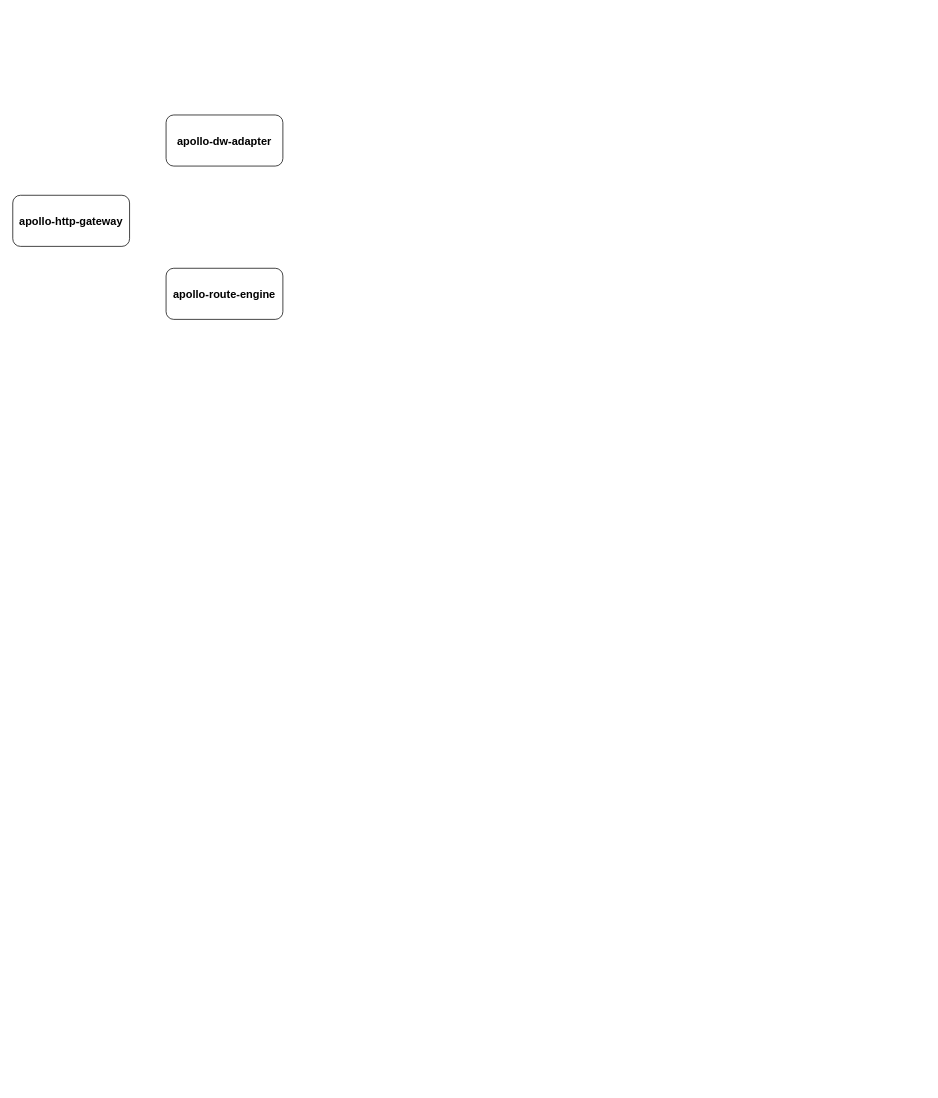
Above: map/apollo架构图.drawio in imperio-wxm/draw (draw.io), before the change. Source tidied: cells renumbered, new cells numbered last; positions are measured from the earlier drawing's top-left corner, leaving out a move shared by most shapes. Both pictures are drawn from the tidied source at 73%, with x=0, y=0 at pixel (12, 115).
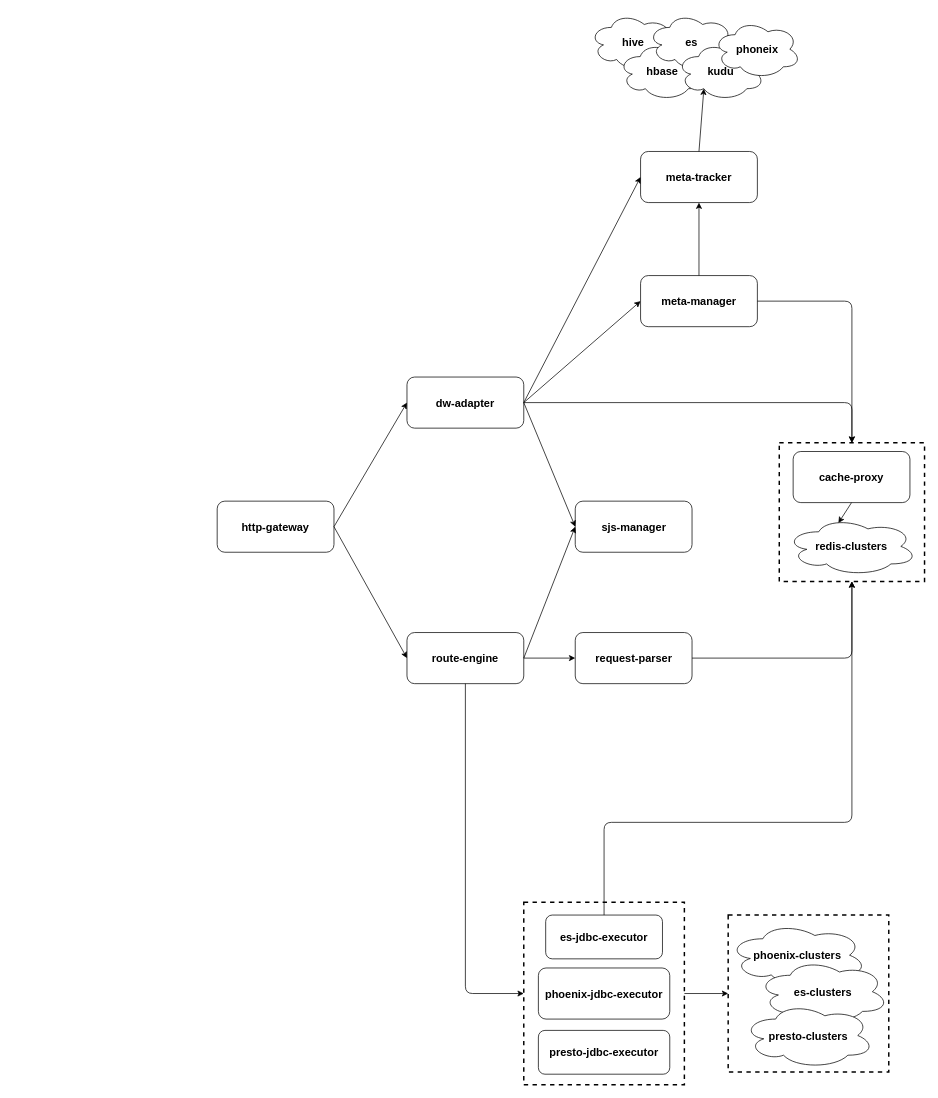
The same page after the edit.

Commit message (it also covers changes not shown here):
更新apollo架构图.drawio

The edit, as a diff of the source:
```diff
@@
-    <mxCell id="2" value="&lt;h3&gt;&lt;font style=&quot;font-size: 15px&quot;&gt;apollo-http-gateway&lt;/font&gt;&lt;/h3&gt;" style="rounded=1;whiteSpace=wrap;html=1;" parent="1" vertex="1">
-      <mxGeometry y="110" width="160" height="70" as="geometry" />
+    <mxCell id="2" value="&lt;h3&gt;&lt;font style=&quot;font-size: 15px&quot;&gt;http-gateway&lt;/font&gt;&lt;/h3&gt;" style="rounded=1;whiteSpace=wrap;html=1;" parent="1" vertex="1">
+      <mxGeometry x="280" y="529" width="160" height="70" as="geometry" />
     </mxCell>
-    <mxCell id="3" value="&lt;h3&gt;&lt;font style=&quot;font-size: 15px&quot;&gt;apollo-route-engine&lt;/font&gt;&lt;/h3&gt;" style="rounded=1;whiteSpace=wrap;html=1;" parent="1" vertex="1">
-      <mxGeometry x="210" y="210" width="160" height="70" as="geometry" />
+    <mxCell id="3" value="&lt;h3&gt;&lt;font style=&quot;font-size: 15px&quot;&gt;route-engine&lt;/font&gt;&lt;/h3&gt;" style="rounded=1;whiteSpace=wrap;html=1;" parent="1" vertex="1">
+      <mxGeometry x="540" y="709" width="160" height="70" as="geometry" />
     </mxCell>
-    <mxCell id="4" value="&lt;h3&gt;&lt;font style=&quot;font-size: 15px&quot;&gt;apollo-dw-adapter&lt;/font&gt;&lt;/h3&gt;" style="rounded=1;whiteSpace=wrap;html=1;" parent="1" vertex="1">
-      <mxGeometry x="210" width="160" height="70" as="geometry" />
+    <mxCell id="4" value="&lt;h3&gt;&lt;font style=&quot;font-size: 15px&quot;&gt;dw-adapter&lt;/font&gt;&lt;/h3&gt;" style="rounded=1;whiteSpace=wrap;html=1;" parent="1" vertex="1">
+      <mxGeometry x="540" y="359" width="160" height="70" as="geometry" />
     </mxCell>
+    <mxCell id="5" style="endArrow=classic;html=1;exitX=1;exitY=0.5;exitDx=0;exitDy=0;entryX=0;entryY=0.5;entryDx=0;entryDy=0;" parent="1" edge="1" source="2" target="4">
+      <mxGeometry relative="1" as="geometry" />
+    </mxCell>
+    <mxCell id="6" style="endArrow=classic;html=1;exitX=1;exitY=0.5;exitDx=0;exitDy=0;entryX=0;entryY=0.5;entryDx=0;entryDy=0;" parent="1" edge="1" source="2" target="3">
+      <mxGeometry relative="1" as="geometry" />
+    </mxCell>
+    <mxCell id="7" style="edgeStyle=elbowEdgeStyle;elbow=horizontal;endArrow=classic;html=1;exitX=0.5;exitY=1;exitDx=0;exitDy=0;" parent="1" edge="1" source="3" target="23">
+      <mxGeometry relative="1" as="geometry">
+        <Array as="points">
+          <mxPoint x="620" y="1019" />
+          <mxPoint x="620" y="914" />
+        </Array>
+      </mxGeometry>
+    </mxCell>
+    <mxCell id="8" style="group;" parent="1" vertex="1">
+      <mxGeometry x="980" y="1096" width="220" height="215" as="geometry" />
+    </mxCell>
+    <mxCell id="9" style="group;" parent="8" vertex="1">
+      <mxGeometry y="10" width="220" height="200" as="geometry" />
+    </mxCell>
+    <mxCell id="10" value="&lt;font style=&quot;font-size: 15px&quot;&gt;&lt;b&gt;phoenix-clusters&lt;/b&gt;&lt;/font&gt;" style="ellipse;shape=cloud;whiteSpace=wrap;html=1;strokeWidth=1;fillColor=none;" parent="9" vertex="1">
+      <mxGeometry width="190" height="90" as="geometry" />
+    </mxCell>
+    <mxCell id="11" value="&lt;font style=&quot;font-size: 15px&quot;&gt;&lt;b&gt;es-clusters&lt;/b&gt;&lt;/font&gt;" style="ellipse;shape=cloud;whiteSpace=wrap;html=1;strokeWidth=1;" parent="9" vertex="1">
+      <mxGeometry x="40" y="50" width="180" height="90" as="geometry" />
+    </mxCell>
+    <mxCell id="12" value="&lt;font style=&quot;font-size: 15px&quot;&gt;&lt;b&gt;presto-clusters&lt;/b&gt;&lt;/font&gt;" style="ellipse;shape=cloud;whiteSpace=wrap;html=1;strokeWidth=1;" parent="9" vertex="1">
+      <mxGeometry x="20" y="110" width="180" height="90" as="geometry" />
+    </mxCell>
+    <mxCell id="13" style="rounded=0;whiteSpace=wrap;html=1;strokeWidth=2;fillColor=none;dashed=1;" parent="8" vertex="1">
+      <mxGeometry width="220" height="215" as="geometry" />
+    </mxCell>
+    <mxCell id="14" style="endArrow=classic;html=1;exitX=1;exitY=0.5;exitDx=0;exitDy=0;entryX=0;entryY=0.5;entryDx=0;entryDy=0;" parent="1" edge="1" source="23" target="13">
+      <mxGeometry relative="1" as="geometry" />
+    </mxCell>
+    <mxCell id="15" style="group;" parent="1" vertex="1">
+      <mxGeometry x="1050" y="449" width="199" height="190" as="geometry" />
+    </mxCell>
+    <mxCell id="16" style="group;" parent="15" vertex="1">
+      <mxGeometry x="9" y="12" width="180" height="170" as="geometry" />
+    </mxCell>
+    <mxCell id="17" value="&lt;h3&gt;&lt;span style=&quot;font-size: 15px&quot;&gt;cache-proxy&lt;/span&gt;&lt;/h3&gt;" style="rounded=1;whiteSpace=wrap;html=1;" parent="16" vertex="1">
+      <mxGeometry x="10" width="160" height="70" as="geometry" />
+    </mxCell>
+    <mxCell id="18" value="&lt;font style=&quot;font-size: 15px&quot;&gt;&lt;b&gt;redis-clusters&lt;/b&gt;&lt;/font&gt;" style="ellipse;shape=cloud;whiteSpace=wrap;html=1;strokeWidth=1;fillColor=none;" parent="16" vertex="1">
+      <mxGeometry y="90" width="180" height="80" as="geometry" />
+    </mxCell>
+    <mxCell id="19" style="endArrow=classic;html=1;exitX=0.5;exitY=1;exitDx=0;exitDy=0;entryX=0.4;entryY=0.1;entryDx=0;entryDy=0;entryPerimeter=0;" parent="16" edge="1" source="17" target="18">
+      <mxGeometry relative="1" as="geometry" />
+    </mxCell>
+    <mxCell id="20" style="rounded=0;whiteSpace=wrap;html=1;strokeWidth=2;fillColor=none;dashed=1;" parent="15" vertex="1">
+      <mxGeometry width="199" height="190" as="geometry" />
+    </mxCell>
+    <mxCell id="21" value="&lt;h3&gt;&lt;font style=&quot;font-size: 15px&quot;&gt;request-parser&lt;/font&gt;&lt;/h3&gt;" style="rounded=1;whiteSpace=wrap;html=1;" parent="1" vertex="1">
+      <mxGeometry x="770.5" y="709" width="160" height="70" as="geometry" />
+    </mxCell>
+    <mxCell id="22" style="group;" parent="1" vertex="1">
+      <mxGeometry x="700" y="1078.5" width="220" height="250" as="geometry" />
+    </mxCell>
+    <mxCell id="23" style="rounded=0;whiteSpace=wrap;html=1;fillColor=none;dashed=1;strokeWidth=2;" parent="22" vertex="1">
+      <mxGeometry width="220" height="250" as="geometry" />
+    </mxCell>
+    <mxCell id="24" value="&lt;h3&gt;&lt;font style=&quot;font-size: 15px&quot;&gt;es-jdbc-executor&lt;/font&gt;&lt;/h3&gt;" style="rounded=1;whiteSpace=wrap;html=1;" parent="22" vertex="1">
+      <mxGeometry x="30" y="17.5" width="160" height="60" as="geometry" />
+    </mxCell>
+    <mxCell id="25" value="&lt;h3&gt;&lt;font style=&quot;font-size: 15px&quot;&gt;phoenix-jdbc-executor&lt;/font&gt;&lt;/h3&gt;" style="rounded=1;whiteSpace=wrap;html=1;" parent="22" vertex="1">
+      <mxGeometry x="20" y="90" width="180" height="70" as="geometry" />
+    </mxCell>
+    <mxCell id="26" value="&lt;h3&gt;&lt;font style=&quot;font-size: 15px&quot;&gt;presto-jdbc-executor&lt;/font&gt;&lt;/h3&gt;" style="rounded=1;whiteSpace=wrap;html=1;" parent="22" vertex="1">
+      <mxGeometry x="20" y="175.5" width="180" height="60" as="geometry" />
+    </mxCell>
+    <mxCell id="27" style="edgeStyle=elbowEdgeStyle;elbow=vertical;endArrow=classic;html=1;entryX=0.5;entryY=1;entryDx=0;entryDy=0;" parent="1" edge="1" source="24" target="20">
+      <mxGeometry relative="1" as="geometry">
+        <Array as="points">
+          <mxPoint x="810" y="969" />
+        </Array>
+      </mxGeometry>
+    </mxCell>
+    <mxCell id="28" style="endArrow=classic;html=1;exitX=1;exitY=0.5;exitDx=0;exitDy=0;entryX=0;entryY=0.5;entryDx=0;entryDy=0;" parent="1" edge="1" source="3" target="21">
+      <mxGeometry relative="1" as="geometry" />
+    </mxCell>
+    <mxCell id="29" value="&lt;span style=&quot;font-size: 15px&quot;&gt;&lt;b&gt;sjs-manager&lt;/b&gt;&lt;/span&gt;" style="rounded=1;whiteSpace=wrap;html=1;" parent="1" vertex="1">
+      <mxGeometry x="770.5" y="529" width="160" height="70" as="geometry" />
+    </mxCell>
+    <mxCell id="30" style="endArrow=classic;html=1;exitX=1;exitY=0.5;exitDx=0;exitDy=0;entryX=0;entryY=0.5;entryDx=0;entryDy=0;" parent="1" edge="1" source="3" target="29">
+      <mxGeometry relative="1" as="geometry" />
+    </mxCell>
+    <mxCell id="31" style="endArrow=classic;html=1;exitX=1;exitY=0.5;exitDx=0;exitDy=0;entryX=0;entryY=0.5;entryDx=0;entryDy=0;" parent="1" edge="1" source="4" target="29">
+      <mxGeometry relative="1" as="geometry" />
+    </mxCell>
+    <mxCell id="32" style="edgeStyle=segmentEdgeStyle;endArrow=classic;html=1;exitX=1;exitY=0.5;exitDx=0;exitDy=0;entryX=0.5;entryY=1;entryDx=0;entryDy=0;" parent="1" edge="1" source="21" target="20">
+      <mxGeometry relative="1" as="geometry" />
+    </mxCell>
+    <mxCell id="33" value="&lt;span style=&quot;font-size: 15px&quot;&gt;&lt;b&gt;meta-manager&lt;/b&gt;&lt;/span&gt;" style="rounded=1;whiteSpace=wrap;html=1;" parent="1" vertex="1">
+      <mxGeometry x="860" y="220" width="160" height="70" as="geometry" />
+    </mxCell>
+    <mxCell id="34" value="&lt;span style=&quot;font-size: 15px&quot;&gt;&lt;b&gt;meta-tracker&lt;/b&gt;&lt;/span&gt;" style="rounded=1;whiteSpace=wrap;html=1;" parent="1" vertex="1">
+      <mxGeometry x="860" y="50" width="160" height="70" as="geometry" />
+    </mxCell>
+    <mxCell id="35" style="edgeStyle=segmentEdgeStyle;endArrow=classic;html=1;exitX=1;exitY=0.5;exitDx=0;exitDy=0;entryX=0.5;entryY=0;entryDx=0;entryDy=0;" parent="1" edge="1" source="33" target="20">
+      <mxGeometry relative="1" as="geometry" />
+    </mxCell>
+    <mxCell id="36" style="endArrow=classic;html=1;exitX=0.5;exitY=0;exitDx=0;exitDy=0;entryX=0.5;entryY=1;entryDx=0;entryDy=0;" parent="1" edge="1" source="33" target="34">
+      <mxGeometry relative="1" as="geometry" />
+    </mxCell>
+    <mxCell id="37" style="endArrow=classic;html=1;exitX=1;exitY=0.5;exitDx=0;exitDy=0;entryX=0;entryY=0.5;entryDx=0;entryDy=0;" parent="1" edge="1" source="4" target="33">
+      <mxGeometry relative="1" as="geometry" />
+    </mxCell>
+    <mxCell id="38" style="endArrow=classic;html=1;exitX=1;exitY=0.5;exitDx=0;exitDy=0;entryX=0;entryY=0.5;entryDx=0;entryDy=0;" parent="1" edge="1" source="4" target="34">
+      <mxGeometry relative="1" as="geometry" />
+    </mxCell>
+    <mxCell id="39" style="edgeStyle=segmentEdgeStyle;endArrow=classic;html=1;exitX=1;exitY=0.5;exitDx=0;exitDy=0;entryX=0.5;entryY=0;entryDx=0;entryDy=0;" parent="1" edge="1" source="4" target="20">
+      <mxGeometry relative="1" as="geometry" />
+    </mxCell>
+    <mxCell id="40" style="group;" parent="1" vertex="1">
+      <mxGeometry x="790" y="-140" width="289.5" height="120" as="geometry" />
+    </mxCell>
+    <mxCell id="41" value="&lt;font style=&quot;font-size: 15px&quot;&gt;&lt;b&gt;hive&lt;/b&gt;&lt;/font&gt;" style="ellipse;shape=cloud;whiteSpace=wrap;html=1;strokeWidth=1;fillColor=none;" parent="40" vertex="1">
+      <mxGeometry width="120" height="80" as="geometry" />
+    </mxCell>
+    <mxCell id="42" value="&lt;font style=&quot;font-size: 15px&quot;&gt;&lt;b&gt;hbase&lt;/b&gt;&lt;/font&gt;" style="ellipse;shape=cloud;whiteSpace=wrap;html=1;strokeWidth=1;" parent="40" vertex="1">
+      <mxGeometry x="39.5" y="40" width="120" height="80" as="geometry" />
+    </mxCell>
+    <mxCell id="43" value="&lt;font style=&quot;font-size: 15px&quot;&gt;&lt;b&gt;es&lt;/b&gt;&lt;/font&gt;" style="ellipse;shape=cloud;whiteSpace=wrap;html=1;strokeWidth=1;" parent="40" vertex="1">
+      <mxGeometry x="80" width="120" height="80" as="geometry" />
+    </mxCell>
+    <mxCell id="44" value="&lt;font style=&quot;font-size: 15px&quot;&gt;&lt;b&gt;kudu&lt;/b&gt;&lt;/font&gt;" style="ellipse;shape=cloud;whiteSpace=wrap;html=1;strokeWidth=1;" parent="40" vertex="1">
+      <mxGeometry x="119.5" y="40" width="120" height="80" as="geometry" />
+    </mxCell>
+    <mxCell id="45" value="&lt;font style=&quot;font-size: 15px&quot;&gt;&lt;b&gt;phoneix&lt;br&gt;&lt;/b&gt;&lt;/font&gt;" style="ellipse;shape=cloud;whiteSpace=wrap;html=1;strokeWidth=1;" parent="40" vertex="1">
+      <mxGeometry x="169.5" y="10" width="120" height="80" as="geometry" />
+    </mxCell>
+    <mxCell id="46" style="endArrow=classic;html=1;exitX=0.5;exitY=0;exitDx=0;exitDy=0;entryX=0.31;entryY=0.8;entryDx=0;entryDy=0;entryPerimeter=0;" parent="1" edge="1" source="34" target="44">
+      <mxGeometry relative="1" as="geometry" />
+    </mxCell>
```
